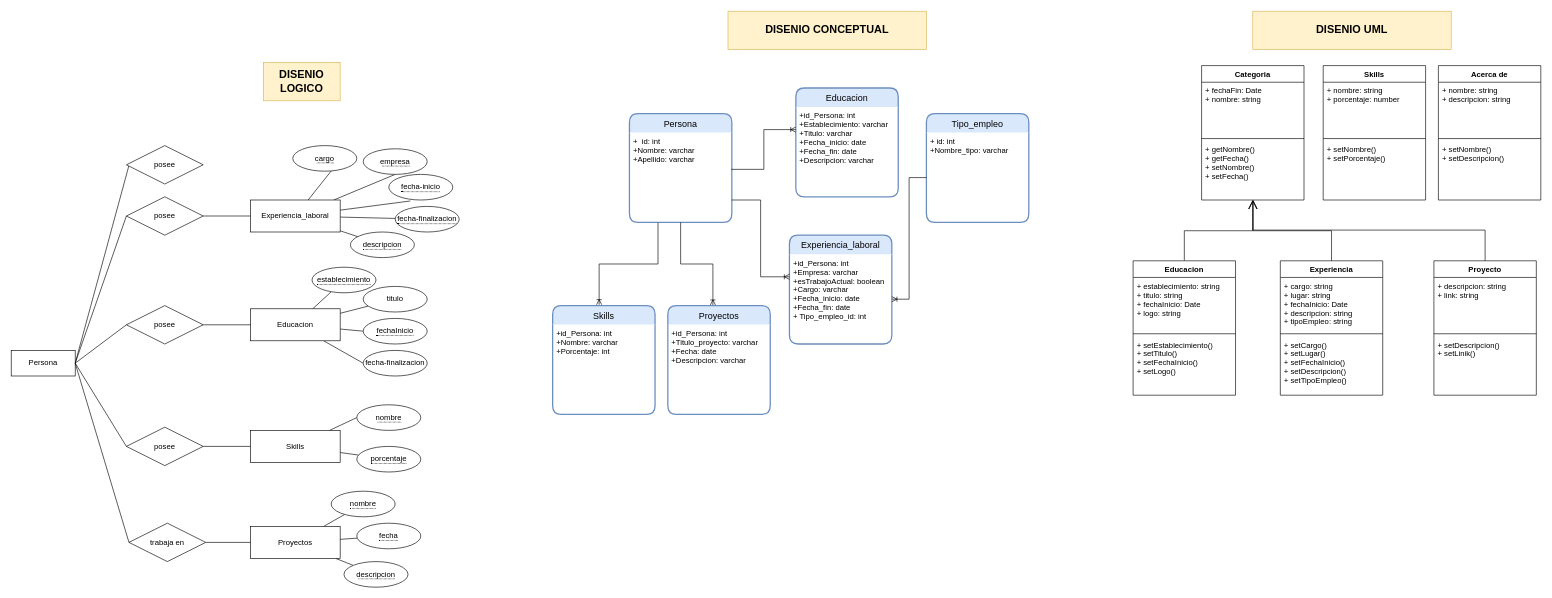
Before: page "DER" (1 of 2) of database/DERv2.drawio in pablovede/portfolioArgPrograma, a draw.io diagram. Source tidied: cells renumbered, new cells numbered last; positions are measured from the earlier drawing's top-left corner, leaving out a move shared by most shapes. Both pictures are drawn from the tidied source at 64%, with x=0, y=0 at pixel (11, 11).
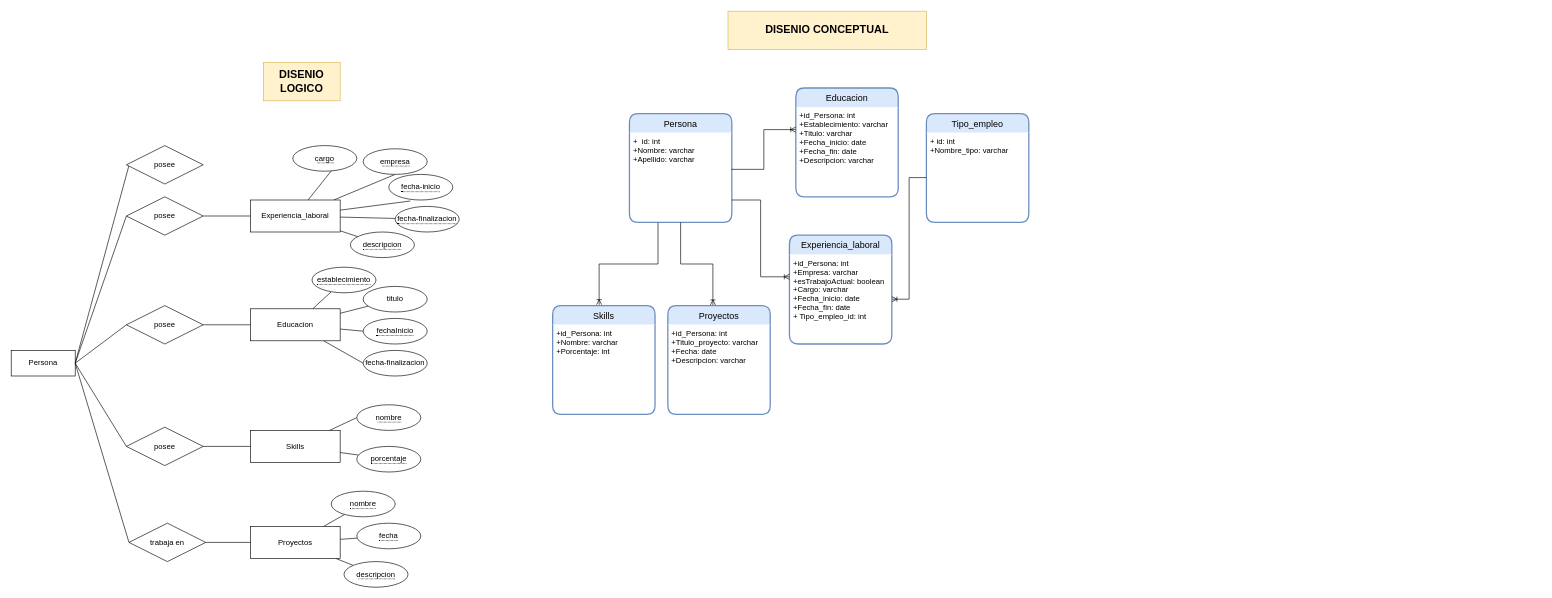
The same page after the edit.

Diff of the diagram source:
```diff
@@
-    <mxCell id="68" value="DISENIO UML" style="rounded=0;whiteSpace=wrap;html=1;fontFamily=Helvetica;fontSize=17;fontStyle=1;fillColor=#fff2cc;strokeColor=#d6b656;" parent="1" vertex="1">
-      <mxGeometry x="1940" width="310" height="60" as="geometry" />
-    </mxCell>
-    <mxCell id="69" value="Categoria" style="swimlane;fontStyle=1;align=center;verticalAlign=top;horizontal=1;startSize=26;swimlaneFillColor=default;" parent="1" vertex="1">
-      <mxGeometry x="1860" y="85" width="160" height="210" as="geometry" />
-    </mxCell>
-    <mxCell id="70" value="+ fechaFin: Date&#10;+ nombre: string" style="text;strokeColor=none;fillColor=none;align=left;verticalAlign=top;spacingLeft=4;spacingRight=4;overflow=hidden;" parent="69" vertex="1">
-      <mxGeometry y="26" width="160" height="84" as="geometry" />
-    </mxCell>
-    <mxCell id="71" style="line;strokeWidth=1;fillColor=none;align=left;verticalAlign=middle;spacingTop=-1;spacingLeft=3;spacingRight=3;labelPosition=right;" parent="69" vertex="1">
-      <mxGeometry y="110" width="160" height="8" as="geometry" />
-    </mxCell>
-    <mxCell id="72" value="+ getNombre()&#10;+ getFecha()&#10;+ setNombre()&#10;+ setFecha()" style="text;strokeColor=none;fillColor=none;align=left;verticalAlign=top;spacingLeft=4;spacingRight=4;overflow=hidden;points=[[0,0.5],[1,0.5]];portConstraint=eastwest;" parent="69" vertex="1">
-      <mxGeometry y="118" width="160" height="92" as="geometry" />
-    </mxCell>
-    <mxCell id="73" style="endArrow=open;endFill=1;endSize=12;html=1;rounded=0;exitX=0.5;exitY=0;exitDx=0;exitDy=0;edgeStyle=elbowEdgeStyle;elbow=vertical;" parent="1" edge="1" source="83" target="72">
-      <mxGeometry relative="1" as="geometry" />
-    </mxCell>
-    <mxCell id="74" value="Experiencia" style="swimlane;fontStyle=1;align=center;verticalAlign=top;horizontal=1;startSize=26;swimlaneFillColor=default;" parent="1" vertex="1">
-      <mxGeometry x="1983" y="390" width="160" height="210" as="geometry" />
-    </mxCell>
-    <mxCell id="75" value="+ cargo: string&#10;+ lugar: string&#10;+ fechaInicio: Date&#10;+ descripcion: string&#10;+ tipoEmpleo: string" style="text;strokeColor=none;fillColor=none;align=left;verticalAlign=top;spacingLeft=4;spacingRight=4;overflow=hidden;" parent="74" vertex="1">
-      <mxGeometry y="26" width="160" height="84" as="geometry" />
-    </mxCell>
-    <mxCell id="76" style="line;strokeWidth=1;fillColor=none;align=left;verticalAlign=middle;spacingTop=-1;spacingLeft=3;spacingRight=3;labelPosition=right;" parent="74" vertex="1">
-      <mxGeometry y="110" width="160" height="8" as="geometry" />
-    </mxCell>
-    <mxCell id="77" value="+ setCargo()&#10;+ setLugar()&#10;+ setFechaInicio()&#10;+ setDescripcion()&#10;+ setTipoEmpleo()" style="text;strokeColor=none;fillColor=none;align=left;verticalAlign=top;spacingLeft=4;spacingRight=4;overflow=hidden;" parent="74" vertex="1">
-      <mxGeometry y="118" width="160" height="92" as="geometry" />
-    </mxCell>
-    <mxCell id="78" style="endArrow=open;endFill=1;endSize=12;html=1;rounded=0;exitX=0.5;exitY=0;exitDx=0;exitDy=0;edgeStyle=elbowEdgeStyle;elbow=vertical;entryX=0.5;entryY=1;entryDx=0;entryDy=0;entryPerimeter=0;" parent="1" edge="1" source="74" target="72">
-      <mxGeometry relative="1" as="geometry" />
-    </mxCell>
-    <mxCell id="79" value="Proyecto" style="swimlane;fontStyle=1;align=center;verticalAlign=top;horizontal=1;startSize=26;swimlaneFillColor=default;" parent="1" vertex="1">
-      <mxGeometry x="2223" y="390" width="160" height="210" as="geometry" />
-    </mxCell>
-    <mxCell id="80" value="+ descripcion: string&#10;+ link: string" style="text;strokeColor=none;fillColor=none;align=left;verticalAlign=top;spacingLeft=4;spacingRight=4;overflow=hidden;" parent="79" vertex="1">
-      <mxGeometry y="26" width="160" height="84" as="geometry" />
-    </mxCell>
-    <mxCell id="81" style="line;strokeWidth=1;fillColor=none;align=left;verticalAlign=middle;spacingTop=-1;spacingLeft=3;spacingRight=3;labelPosition=right;" parent="79" vertex="1">
-      <mxGeometry y="110" width="160" height="8" as="geometry" />
-    </mxCell>
-    <mxCell id="82" value="+ setDescripcion()&#10;+ setLinik() " style="text;strokeColor=none;fillColor=none;align=left;verticalAlign=top;spacingLeft=4;spacingRight=4;overflow=hidden;" parent="79" vertex="1">
-      <mxGeometry y="118" width="160" height="92" as="geometry" />
-    </mxCell>
-    <mxCell id="83" value="Educacion" style="swimlane;fontStyle=1;align=center;verticalAlign=top;horizontal=1;startSize=26;swimlaneFillColor=default;" parent="1" vertex="1">
-      <mxGeometry x="1753" y="390" width="160" height="210" as="geometry" />
-    </mxCell>
-    <mxCell id="84" value="+ establecimiento: string&#10;+ titulo: string&#10;+ fechaInicio: Date&#10;+ logo: string" style="text;strokeColor=none;fillColor=none;align=left;verticalAlign=top;spacingLeft=4;spacingRight=4;overflow=hidden;" parent="83" vertex="1">
-      <mxGeometry y="26" width="160" height="84" as="geometry" />
-    </mxCell>
-    <mxCell id="85" style="line;strokeWidth=1;fillColor=none;align=left;verticalAlign=middle;spacingTop=-1;spacingLeft=3;spacingRight=3;labelPosition=right;" parent="83" vertex="1">
-      <mxGeometry y="110" width="160" height="8" as="geometry" />
-    </mxCell>
-    <mxCell id="86" value="+ setEstablecimiento()&#10;+ setTitulo()&#10;+ setFechaInicio()&#10;+ setLogo()" style="text;strokeColor=none;fillColor=none;align=left;verticalAlign=top;spacingLeft=4;spacingRight=4;overflow=hidden;" parent="83" vertex="1">
-      <mxGeometry y="118" width="160" height="92" as="geometry" />
-    </mxCell>
-    <mxCell id="87" style="endArrow=open;endFill=1;endSize=12;html=1;rounded=0;exitX=0.5;exitY=0;exitDx=0;exitDy=0;edgeStyle=elbowEdgeStyle;elbow=vertical;entryX=0.503;entryY=0.999;entryDx=0;entryDy=0;entryPerimeter=0;" parent="1" edge="1" source="79" target="72">
-      <mxGeometry relative="1" as="geometry" />
-    </mxCell>
-    <mxCell id="88" value="Skills" style="swimlane;fontStyle=1;align=center;verticalAlign=top;horizontal=1;startSize=26;swimlaneFillColor=default;" parent="1" vertex="1">
-      <mxGeometry x="2050" y="85" width="160" height="210" as="geometry" />
-    </mxCell>
-    <mxCell id="89" value="+ nombre: string&#10;+ porcentaje: number" style="text;strokeColor=none;fillColor=none;align=left;verticalAlign=top;spacingLeft=4;spacingRight=4;overflow=hidden;" parent="88" vertex="1">
-      <mxGeometry y="26" width="160" height="84" as="geometry" />
-    </mxCell>
-    <mxCell id="90" style="line;strokeWidth=1;fillColor=none;align=left;verticalAlign=middle;spacingTop=-1;spacingLeft=3;spacingRight=3;labelPosition=right;" parent="88" vertex="1">
-      <mxGeometry y="110" width="160" height="8" as="geometry" />
-    </mxCell>
-    <mxCell id="91" value="+ setNombre()&#10;+ setPorcentaje()" style="text;strokeColor=none;fillColor=none;align=left;verticalAlign=top;spacingLeft=4;spacingRight=4;overflow=hidden;" parent="88" vertex="1">
-      <mxGeometry y="118" width="160" height="92" as="geometry" />
-    </mxCell>
-    <mxCell id="92" value="Acerca de" style="swimlane;fontStyle=1;align=center;verticalAlign=top;horizontal=1;startSize=26;swimlaneFillColor=default;" parent="1" vertex="1">
-      <mxGeometry x="2230" y="85" width="160" height="210" as="geometry" />
-    </mxCell>
-    <mxCell id="93" value="+ nombre: string&#10;+ descripcion: string" style="text;strokeColor=none;fillColor=none;align=left;verticalAlign=top;spacingLeft=4;spacingRight=4;overflow=hidden;" parent="92" vertex="1">
-      <mxGeometry y="26" width="160" height="84" as="geometry" />
-    </mxCell>
-    <mxCell id="94" style="line;strokeWidth=1;fillColor=none;align=left;verticalAlign=middle;spacingTop=-1;spacingLeft=3;spacingRight=3;labelPosition=right;" parent="92" vertex="1">
-      <mxGeometry y="110" width="160" height="8" as="geometry" />
-    </mxCell>
-    <mxCell id="95" value="+ setNombre()&#10;+ setDescripcion()" style="text;strokeColor=none;fillColor=none;align=left;verticalAlign=top;spacingLeft=4;spacingRight=4;overflow=hidden;" parent="92" vertex="1">
-      <mxGeometry y="118" width="160" height="92" as="geometry" />
-    </mxCell>
```
